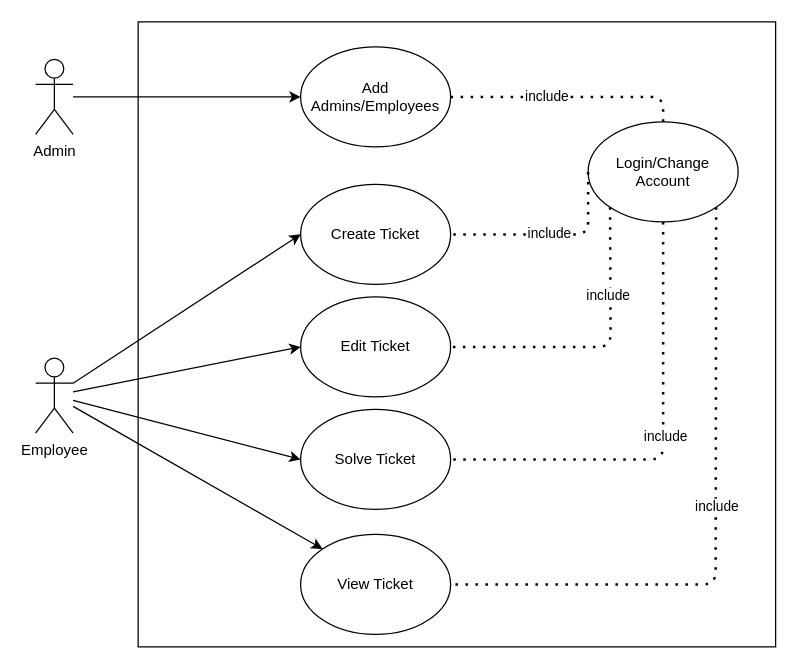
Before: Documentation/Diagrams/Use-Case Diagram/Use-Case_Diagram.drawio in baltermia/Gira-ConsoleV2, a draw.io diagram. Source tidied: cells renumbered, new cells numbered last; positions are measured from the earlier drawing's top-left corner, leaving out a move shared by most shapes. Both pictures are drawn from the tidied source at 125%, with x=0, y=0 at pixel (35, 21).
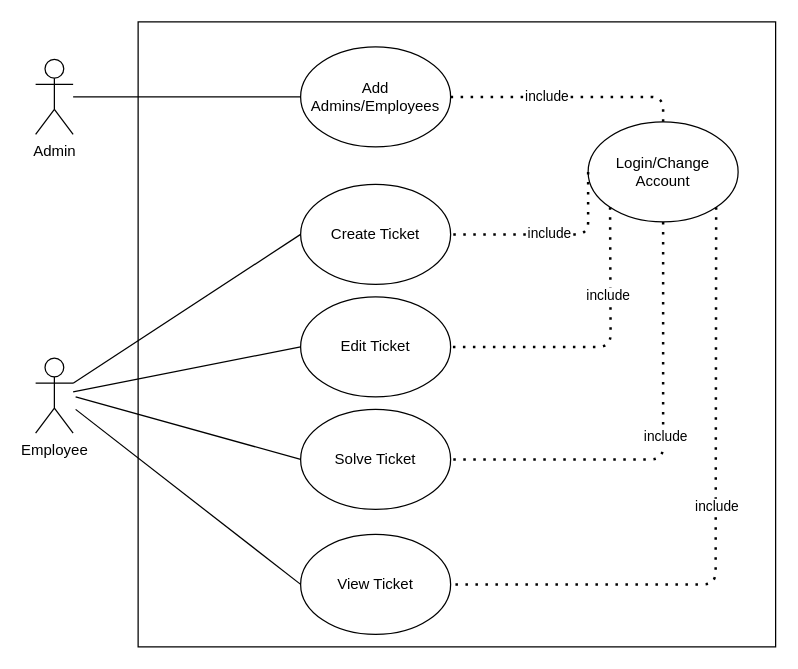
The same diagram, later.

The change refers to these unchanged cells:
```xml
<mxCell id="3" value="Employee" style="shape=umlActor;verticalLabelPosition=bottom;verticalAlign=top;html=1;outlineConnect=0;" parent="1" vertex="1">
  <mxGeometry y="269" width="30" height="60" as="geometry" />
</mxCell>
<mxCell id="4" value="Add Admins/Employees" style="ellipse;whiteSpace=wrap;html=1;" parent="1" vertex="1">
  <mxGeometry x="212" y="20" width="120" height="80" as="geometry" />
</mxCell>
<mxCell id="6" value="Solve Ticket" style="ellipse;whiteSpace=wrap;html=1;" parent="1" vertex="1">
  <mxGeometry x="212" y="310" width="120" height="80" as="geometry" />
</mxCell>
<mxCell id="7" value="Create Ticket" style="ellipse;whiteSpace=wrap;html=1;" parent="1" vertex="1">
  <mxGeometry x="212" y="130" width="120" height="80" as="geometry" />
</mxCell>
<mxCell id="8" value="View Ticket" style="ellipse;whiteSpace=wrap;html=1;" parent="1" vertex="1">
  <mxGeometry x="212" y="410" width="120" height="80" as="geometry" />
</mxCell>
<mxCell id="9" value="Edit Ticket" style="ellipse;whiteSpace=wrap;html=1;" parent="1" vertex="1">
  <mxGeometry x="212" y="220" width="120" height="80" as="geometry" />
</mxCell>
<mxCell id="10" value="Admin" style="shape=umlActor;verticalLabelPosition=bottom;verticalAlign=top;html=1;outlineConnect=0;" parent="1" vertex="1">
  <mxGeometry y="30" width="30" height="60" as="geometry" />
</mxCell>
```

Change to the diagram source:
```diff
@@
-    <mxCell id="11" style="endArrow=classic;html=1;entryX=0;entryY=0.5;entryDx=0;entryDy=0;" parent="1" edge="1" source="10" target="4">
-      <mxGeometry relative="1" as="geometry" />
-    </mxCell>
-    <mxCell id="12" style="endArrow=classic;html=1;entryX=0;entryY=0;entryDx=0;entryDy=0;" parent="1" edge="1" source="3" target="8">
-      <mxGeometry relative="1" as="geometry" />
-    </mxCell>
-    <mxCell id="13" style="endArrow=classic;html=1;entryX=0;entryY=0.5;entryDx=0;entryDy=0;" parent="1" edge="1" source="3" target="6">
-      <mxGeometry relative="1" as="geometry" />
-    </mxCell>
-    <mxCell id="14" style="endArrow=classic;html=1;entryX=0;entryY=0.5;entryDx=0;entryDy=0;" parent="1" edge="1" source="3" target="9">
-      <mxGeometry relative="1" as="geometry" />
-    </mxCell>
-    <mxCell id="15" style="endArrow=classic;html=1;entryX=0;entryY=0.5;entryDx=0;entryDy=0;" parent="1" edge="1" source="3" target="7">
-      <mxGeometry relative="1" as="geometry" />
-    </mxCell>
@@
+    <mxCell id="11" style="endArrow=none;html=1;entryX=0;entryY=0.5;entryDx=0;entryDy=0;" parent="1" edge="1" source="10" target="4">
+      <mxGeometry relative="1" as="geometry" />
+    </mxCell>
+    <mxCell id="15" style="endArrow=none;html=1;entryX=0;entryY=0.5;entryDx=0;entryDy=0;" parent="1" edge="1" source="3" target="7">
+      <mxGeometry relative="1" as="geometry" />
+    </mxCell>
+    <mxCell id="26" style="endArrow=none;html=1;entryX=0;entryY=0.5;entryDx=0;entryDy=0;" parent="1" edge="1" target="8">
+      <mxGeometry relative="1" as="geometry">
+        <mxPoint x="32" y="310" as="sourcePoint" />
+      </mxGeometry>
+    </mxCell>
+    <mxCell id="27" style="endArrow=none;html=1;entryX=0;entryY=0.5;entryDx=0;entryDy=0;" parent="1" edge="1" target="6">
+      <mxGeometry relative="1" as="geometry">
+        <mxPoint x="32" y="300" as="sourcePoint" />
+      </mxGeometry>
+    </mxCell>
+    <mxCell id="14" style="endArrow=none;html=1;entryX=0;entryY=0.5;entryDx=0;entryDy=0;" parent="1" edge="1" source="3" target="9">
+      <mxGeometry relative="1" as="geometry" />
+    </mxCell>
```
